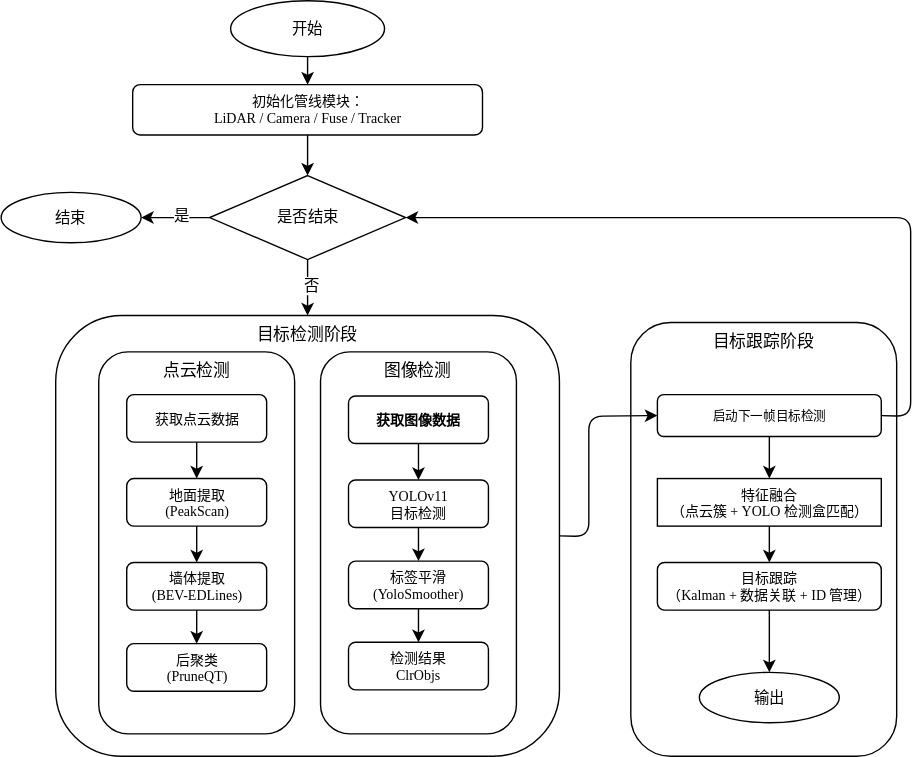
Above: docs/flowcharts/frame.svg in vesita/perple (draw.io), before the change. Source tidied: cells renumbered, new cells last; positions are measured from the earlier drawing's top-left corner, leaving out a move shared by most shapes.
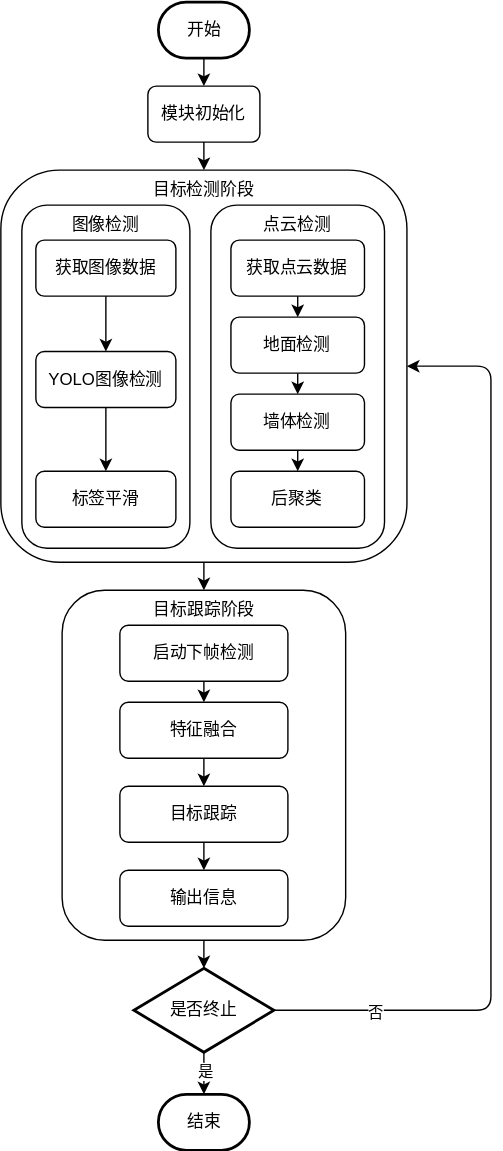
After the change.

Commit message:
docs: 更新流程图 & 汉化脚本标签

Change to the diagram source:
```diff
@@ -2,126 +2,124 @@
   <root>
     <mxCell id="0" />
     <mxCell id="1" parent="0" />
-    <mxCell id="2" value="目标跟踪阶段" style="rounded=1;whiteSpace=wrap;html=1;align=center;verticalAlign=top;labelPosition=center;verticalLabelPosition=middle;" parent="1" vertex="1">
-      <mxGeometry x="450" y="230" width="190" height="310" as="geometry" />
-    </mxCell>
-    <mxCell id="3" style="edgeStyle=none;html=1;exitX=1;exitY=0.5;exitDx=0;exitDy=0;entryX=0;entryY=0.5;entryDx=0;entryDy=0;" parent="1" edge="1" source="4" target="33">
-      <mxGeometry relative="1" as="geometry">
-        <Array as="points">
-          <mxPoint x="420" y="383" />
-          <mxPoint x="420" y="297" />
-        </Array>
-      </mxGeometry>
-    </mxCell>
-    <mxCell id="4" value="目标检测阶段" style="rounded=1;whiteSpace=wrap;html=1;verticalAlign=top;" parent="1" vertex="1">
-      <mxGeometry x="39" y="225" width="360" height="315" as="geometry" />
-    </mxCell>
+    <mxCell id="39" style="edgeStyle=none;html=1;exitX=0.5;exitY=1;exitDx=0;exitDy=0;entryX=0.5;entryY=0;entryDx=0;entryDy=0;exitPerimeter=0;" parent="1" edge="1" source="41" target="5">
+      <mxGeometry relative="1" as="geometry" />
+    </mxCell>
+    <mxCell id="40" style="edgeStyle=none;html=1;exitX=0.5;exitY=1;exitDx=0;exitDy=0;entryX=0.5;entryY=0;entryDx=0;entryDy=0;" parent="1" edge="1" source="5" target="7">
+      <mxGeometry relative="1" as="geometry" />
+    </mxCell>
-    <mxCell id="5" value="图像检测" style="rounded=1;whiteSpace=wrap;html=1;verticalAlign=top;" parent="1" vertex="1">
-      <mxGeometry x="228.2" y="251" width="140" height="273" as="geometry" />
+    <mxCell id="5" value="模块初始化" style="rounded=1;whiteSpace=wrap;html=1;" parent="1" vertex="1">
+      <mxGeometry x="27585" y="34200" width="80" height="40" as="geometry" />
     </mxCell>
-    <mxCell id="6" value="点云检测" style="rounded=1;whiteSpace=wrap;html=1;align=center;horizontal=1;verticalAlign=top;" parent="1" vertex="1">
-      <mxGeometry x="69.8" y="251" width="140" height="273" as="geometry" />
-    </mxCell>
+    <mxCell id="41" value="开始" style="strokeWidth=2;html=1;shape=mxgraph.flowchart.terminator;whiteSpace=wrap;" parent="1" vertex="1">
+      <mxGeometry x="27592.5" y="34140" width="65" height="40" as="geometry" />
+    </mxCell>
+    <mxCell id="42" style="edgeStyle=none;html=1;exitX=0.5;exitY=1;exitDx=0;exitDy=0;" parent="1" edge="1" source="7" target="31">
+      <mxGeometry relative="1" as="geometry" />
+    </mxCell>
+    <mxCell id="43" style="group;" parent="1" vertex="1">
+      <mxGeometry x="27480" y="34260" width="290" height="280" as="geometry" />
+    </mxCell>
-    <mxCell id="7" style="edgeStyle=none;html=1;exitX=0.5;exitY=1;exitDx=0;exitDy=0;entryX=0.5;entryY=0;entryDx=0;entryDy=0;" parent="1" edge="1" source="8" target="10">
-      <mxGeometry relative="1" as="geometry" />
+    <mxCell id="7" value="目标检测阶段" style="rounded=1;whiteSpace=wrap;html=1;verticalAlign=top;" parent="43" vertex="1">
+      <mxGeometry width="290" height="280" as="geometry" />
     </mxCell>
+    <mxCell id="44" style="group;" parent="43" vertex="1">
+      <mxGeometry x="150" y="25" width="124" height="245" as="geometry" />
+    </mxCell>
-    <mxCell id="8" value="开始" style="ellipse;fontFamily=SimHei;fontSize=11;" parent="1" vertex="1">
-      <mxGeometry x="164" width="110" height="40" as="geometry" />
+    <mxCell id="8" value="点云检测" style="rounded=1;whiteSpace=wrap;html=1;verticalAlign=top;" parent="44" vertex="1">
+      <mxGeometry width="124" height="245" as="geometry" />
     </mxCell>
-    <mxCell id="9" style="edgeStyle=none;html=1;exitX=0.5;exitY=1;exitDx=0;exitDy=0;entryX=0.5;entryY=0;entryDx=0;entryDy=0;" parent="1" edge="1" source="10" target="15">
-      <mxGeometry relative="1" as="geometry" />
+    <mxCell id="9" value="获取点云数据" style="rounded=1;whiteSpace=wrap;html=1;" parent="44" vertex="1">
+      <mxGeometry x="14.3" y="25" width="95.4" height="40" as="geometry" />
     </mxCell>
-    <mxCell id="10" value="初始化管线模块：&lt;br&gt;LiDAR / Camera / Fuse / Tracker" style="rounded=1;fontFamily=SimHei;fontSize=10;html=1;" parent="1" vertex="1">
-      <mxGeometry x="94" y="60" width="250" height="36" as="geometry" />
+    <mxCell id="10" value="地面检测" style="rounded=1;whiteSpace=wrap;html=1;" parent="44" vertex="1">
+      <mxGeometry x="14.3" y="80" width="95.4" height="40" as="geometry" />
     </mxCell>
-    <mxCell id="11" style="edgeStyle=none;html=1;exitX=0;exitY=0.5;exitDx=0;exitDy=0;entryX=1;entryY=0.5;entryDx=0;entryDy=0;" parent="1" edge="1" source="15" target="16">
-      <mxGeometry relative="1" as="geometry" />
+    <mxCell id="11" value="墙体检测" style="rounded=1;whiteSpace=wrap;html=1;" parent="44" vertex="1">
+      <mxGeometry x="14.3" y="135" width="95.4" height="40" as="geometry" />
     </mxCell>
-    <mxCell id="12" value="是" style="edgeLabel;html=1;align=center;verticalAlign=middle;points=[];" parent="11" vertex="1">
-      <mxGeometry x="-0.16" y="-2" relative="1" as="geometry" />
+    <mxCell id="12" value="后聚类" style="rounded=1;whiteSpace=wrap;html=1;" parent="44" vertex="1">
+      <mxGeometry x="14.3" y="190" width="95.4" height="40" as="geometry" />
     </mxCell>
-    <mxCell id="13" style="edgeStyle=none;html=1;exitX=0.5;exitY=1;exitDx=0;exitDy=0;entryX=0.5;entryY=0;entryDx=0;entryDy=0;" parent="1" edge="1" source="15" target="4">
-      <mxGeometry relative="1" as="geometry" />
-    </mxCell>
-    <mxCell id="14" value="否" style="edgeLabel;html=1;align=center;verticalAlign=middle;" parent="13" vertex="1">
-      <mxGeometry x="-0.1" y="2" relative="1" as="geometry" />
-    </mxCell>
-    <mxCell id="15" value="是否结束" style="rhombus;fontFamily=SimHei;fontSize=11;html=1;" parent="1" vertex="1">
-      <mxGeometry x="149" y="125" width="140" height="60" as="geometry" />
+    <mxCell id="15" style="edgeStyle=none;html=1;exitX=0.5;exitY=1;exitDx=0;exitDy=0;entryX=0.5;entryY=0;entryDx=0;entryDy=0;" parent="44" edge="1" source="9" target="10">
+      <mxGeometry relative="1" as="geometry" />
     </mxCell>
-    <mxCell id="16" value="结束" style="ellipse;fontFamily=SimHei;fontSize=11;" parent="1" vertex="1">
-      <mxGeometry y="137" width="100" height="36" as="geometry" />
+    <mxCell id="16" style="edgeStyle=none;html=1;exitX=0.5;exitY=1;exitDx=0;exitDy=0;entryX=0.5;entryY=0;entryDx=0;entryDy=0;" parent="44" edge="1" source="10" target="11">
+      <mxGeometry relative="1" as="geometry" />
     </mxCell>
-    <mxCell id="17" style="edgeStyle=none;html=1;exitX=0.5;exitY=1;exitDx=0;exitDy=0;" parent="1" edge="1" source="18" target="20">
+    <mxCell id="17" style="edgeStyle=none;html=1;exitX=0.5;exitY=1;exitDx=0;exitDy=0;entryX=0.5;entryY=0;entryDx=0;entryDy=0;" parent="44" edge="1" source="11" target="12">
       <mxGeometry relative="1" as="geometry" />
     </mxCell>
-    <mxCell id="18" value="&lt;span style=&quot;font-weight: normal;&quot;&gt;获取点云数据&lt;/span&gt;" style="rounded=1;fontFamily=SimHei;fontSize=10;fontStyle=1;html=1;" parent="1" vertex="1">
-      <mxGeometry x="89.8" y="281.5" width="100" height="34" as="geometry" />
-    </mxCell>
+    <mxCell id="45" style="group;" parent="43" vertex="1">
+      <mxGeometry x="15" y="25" width="120" height="245" as="geometry" />
+    </mxCell>
-    <mxCell id="19" style="edgeStyle=none;html=1;exitX=0.5;exitY=1;exitDx=0;exitDy=0;entryX=0.5;entryY=0;entryDx=0;entryDy=0;" parent="1" edge="1" source="20" target="22">
-      <mxGeometry relative="1" as="geometry" />
+    <mxCell id="19" value="图像检测" style="rounded=1;whiteSpace=wrap;html=1;verticalAlign=top;" parent="45" vertex="1">
+      <mxGeometry width="120" height="245" as="geometry" />
     </mxCell>
+    <mxCell id="21" value="获取图像数据" style="rounded=1;whiteSpace=wrap;html=1;" parent="45" vertex="1">
+      <mxGeometry x="10" y="25" width="100" height="40" as="geometry" />
+    </mxCell>
+    <mxCell id="23" value="YOLO图像检测" style="rounded=1;whiteSpace=wrap;html=1;" parent="45" vertex="1">
+      <mxGeometry x="10" y="104.5" width="100" height="40" as="geometry" />
+    </mxCell>
+    <mxCell id="25" value="标签平滑" style="rounded=1;whiteSpace=wrap;html=1;" parent="45" vertex="1">
+      <mxGeometry x="10" y="190" width="100" height="40" as="geometry" />
+    </mxCell>
-    <mxCell id="20" value="地面提取&lt;br&gt;(PeakScan)" style="rounded=1;fontFamily=SimHei;fontSize=10;html=1;" parent="1" vertex="1">
-      <mxGeometry x="89.8" y="341.5" width="100" height="34" as="geometry" />
+    <mxCell id="20" style="edgeStyle=none;html=1;exitX=0.5;exitY=1;exitDx=0;exitDy=0;entryX=0.5;entryY=0;entryDx=0;entryDy=0;" parent="45" edge="1" source="21" target="23">
+      <mxGeometry relative="1" as="geometry" />
     </mxCell>
-    <mxCell id="21" style="edgeStyle=none;html=1;exitX=0.5;exitY=1;exitDx=0;exitDy=0;entryX=0.5;entryY=0;entryDx=0;entryDy=0;" parent="1" edge="1" source="22" target="23">
-      <mxGeometry relative="1" as="geometry" />
-    </mxCell>
-    <mxCell id="22" value="墙体提取&lt;br&gt;(BEV-EDLines)" style="rounded=1;fontFamily=SimHei;fontSize=10;html=1;" parent="1" vertex="1">
-      <mxGeometry x="89.8" y="401.5" width="100" height="34" as="geometry" />
+    <mxCell id="22" style="edgeStyle=none;html=1;exitX=0.5;exitY=1;exitDx=0;exitDy=0;entryX=0.5;entryY=0;entryDx=0;entryDy=0;" parent="45" edge="1" source="23" target="25">
+      <mxGeometry relative="1" as="geometry" />
     </mxCell>
-    <mxCell id="23" value="后聚类&lt;br&gt;(PruneQT)" style="rounded=1;fontFamily=SimHei;fontSize=10;html=1;" parent="1" vertex="1">
-      <mxGeometry x="89.8" y="459.5" width="100" height="34" as="geometry" />
-    </mxCell>
-    <mxCell id="24" style="edgeStyle=none;html=1;exitX=0.5;exitY=1;exitDx=0;exitDy=0;entryX=0.5;entryY=0;entryDx=0;entryDy=0;" parent="1" edge="1" source="25" target="27">
-      <mxGeometry relative="1" as="geometry" />
-    </mxCell>
-    <mxCell id="25" value="获取图像数据" style="rounded=1;fontFamily=SimHei;fontSize=10;fontStyle=1;html=1;" parent="1" vertex="1">
-      <mxGeometry x="248.2" y="282.5" width="100" height="34" as="geometry" />
-    </mxCell>
-    <mxCell id="26" style="edgeStyle=none;html=1;exitX=0.5;exitY=1;exitDx=0;exitDy=0;" parent="1" edge="1" source="27" target="29">
-      <mxGeometry relative="1" as="geometry" />
-    </mxCell>
-    <mxCell id="27" value="YOLOv11&lt;br&gt;目标检测" style="rounded=1;fontFamily=SimHei;fontSize=10;html=1;" parent="1" vertex="1">
-      <mxGeometry x="248.2" y="342.5" width="100" height="34" as="geometry" />
-    </mxCell>
-    <mxCell id="28" style="edgeStyle=none;html=1;exitX=0.5;exitY=1;exitDx=0;exitDy=0;entryX=0.5;entryY=0;entryDx=0;entryDy=0;" parent="1" edge="1" source="29" target="30">
-      <mxGeometry relative="1" as="geometry" />
-    </mxCell>
-    <mxCell id="29" value="标签平滑&lt;br&gt;(YoloSmoother)" style="rounded=1;fontFamily=SimHei;fontSize=10;html=1;" parent="1" vertex="1">
-      <mxGeometry x="248.2" y="400.5" width="100" height="34" as="geometry" />
-    </mxCell>
-    <mxCell id="30" value="检测结果&lt;br&gt;ClrObjs" style="rounded=1;fontFamily=SimHei;fontSize=10;html=1;" parent="1" vertex="1">
-      <mxGeometry x="248.2" y="458.5" width="100" height="34" as="geometry" />
-    </mxCell>
+    <mxCell id="46" style="edgeStyle=none;html=1;exitX=1;exitY=0.5;exitDx=0;exitDy=0;exitPerimeter=0;entryX=1;entryY=0.5;entryDx=0;entryDy=0;" parent="1" edge="1" source="49" target="7">
+      <mxGeometry relative="1" as="geometry">
+        <Array as="points">
+          <mxPoint x="27830" y="34860" />
+          <mxPoint x="27830" y="34400" />
+        </Array>
+      </mxGeometry>
+    </mxCell>
+    <mxCell id="14" value="否" style="edgeLabel;html=1;align=center;verticalAlign=middle;" parent="46" vertex="1">
+      <mxGeometry x="-0.79" y="-1" relative="1" as="geometry" />
+    </mxCell>
+    <mxCell id="47" style="edgeStyle=none;html=1;exitX=0.5;exitY=1;exitDx=0;exitDy=0;exitPerimeter=0;entryX=0.5;entryY=0;entryDx=0;entryDy=0;entryPerimeter=0;" parent="1" edge="1" source="49" target="55">
+      <mxGeometry relative="1" as="geometry" />
+    </mxCell>
+    <mxCell id="48" value="是" style="edgeLabel;html=1;align=center;verticalAlign=middle;" parent="47" vertex="1">
+      <mxGeometry x="-0.15" relative="1" as="geometry" />
+    </mxCell>
+    <mxCell id="49" value="是否终止" style="strokeWidth=2;html=1;shape=mxgraph.flowchart.decision;whiteSpace=wrap;" parent="1" vertex="1">
+      <mxGeometry x="27575" y="34830" width="100" height="60" as="geometry" />
+    </mxCell>
-    <mxCell id="31" style="edgeStyle=none;html=1;exitX=0.5;exitY=1;exitDx=0;exitDy=0;entryX=0.5;entryY=0;entryDx=0;entryDy=0;" parent="1" edge="1" source="33" target="35">
-      <mxGeometry relative="1" as="geometry" />
+    <mxCell id="31" value="目标跟踪阶段" style="rounded=1;whiteSpace=wrap;html=1;verticalAlign=top;align=center;textDirection=ltr;" parent="1" vertex="1">
+      <mxGeometry x="27523.8" y="34560" width="202.5" height="250" as="geometry" />
     </mxCell>
-    <mxCell id="32" style="edgeStyle=none;html=1;exitX=1;exitY=0.5;exitDx=0;exitDy=0;entryX=1;entryY=0.5;entryDx=0;entryDy=0;" parent="1" edge="1" source="33" target="15">
-      <mxGeometry relative="1" as="geometry">
-        <Array as="points">
-          <mxPoint x="650" y="297" />
-          <mxPoint x="650" y="155" />
-        </Array>
-      </mxGeometry>
+    <mxCell id="32" value="启动下帧检测" style="rounded=1;whiteSpace=wrap;html=1;textDirection=ltr;align=center;" parent="1" vertex="1">
+      <mxGeometry x="27565" y="34585" width="120" height="40" as="geometry" />
     </mxCell>
-    <mxCell id="33" value="启动下一帧目标检测" style="rounded=1;fontFamily=SimHei;fontSize=9;html=1;" parent="1" vertex="1">
-      <mxGeometry x="469" y="281.5" width="160" height="30" as="geometry" />
+    <mxCell id="33" value="特征融合" style="rounded=1;whiteSpace=wrap;html=1;textDirection=ltr;" parent="1" vertex="1">
+      <mxGeometry x="27565" y="34640" width="120" height="40" as="geometry" />
     </mxCell>
+    <mxCell id="50" style="edgeStyle=none;html=1;exitX=0.5;exitY=1;exitDx=0;exitDy=0;entryX=0.5;entryY=0;entryDx=0;entryDy=0;" parent="1" edge="1" source="34" target="53">
+      <mxGeometry relative="1" as="geometry" />
+    </mxCell>
-    <mxCell id="34" style="edgeStyle=none;html=1;exitX=0.5;exitY=1;exitDx=0;exitDy=0;entryX=0.5;entryY=0;entryDx=0;entryDy=0;" parent="1" edge="1" source="35" target="37">
-      <mxGeometry relative="1" as="geometry" />
+    <mxCell id="34" value="目标跟踪" style="rounded=1;whiteSpace=wrap;html=1;textDirection=ltr;" parent="1" vertex="1">
+      <mxGeometry x="27565" y="34700" width="120" height="40" as="geometry" />
     </mxCell>
-    <mxCell id="35" value="特征融合&lt;br&gt;（点云簇 + YOLO 检测盒匹配）" style="rounded=0;fontFamily=SimHei;fontSize=10;html=1;" parent="1" vertex="1">
-      <mxGeometry x="469" y="341.5" width="160" height="34" as="geometry" />
-    </mxCell>
-    <mxCell id="36" style="edgeStyle=none;html=1;exitX=0.5;exitY=1;exitDx=0;exitDy=0;entryX=0.5;entryY=0;entryDx=0;entryDy=0;" parent="1" edge="1" source="37" target="38">
-      <mxGeometry relative="1" as="geometry" />
-    </mxCell>
-    <mxCell id="37" value="目标跟踪&lt;br&gt;（Kalman + 数据关联 + ID 管理）" style="rounded=1;fontFamily=SimHei;fontSize=10;html=1;" parent="1" vertex="1">
-      <mxGeometry x="469" y="401.5" width="160" height="34" as="geometry" />
-    </mxCell>
-    <mxCell id="38" value="输出" style="ellipse;fontFamily=SimHei;fontSize=11;" parent="1" vertex="1">
-      <mxGeometry x="499" y="480" width="100" height="36" as="geometry" />
-    </mxCell>
+    <mxCell id="51" style="edgeStyle=none;html=1;exitX=0.5;exitY=1;exitDx=0;exitDy=0;entryX=0.5;entryY=0;entryDx=0;entryDy=0;" parent="1" edge="1" source="32" target="33">
+      <mxGeometry relative="1" as="geometry" />
+    </mxCell>
+    <mxCell id="52" style="edgeStyle=none;html=1;exitX=0.5;exitY=1;exitDx=0;exitDy=0;" parent="1" edge="1" source="33" target="34">
+      <mxGeometry relative="1" as="geometry" />
+    </mxCell>
+    <mxCell id="53" value="输出信息" style="rounded=1;whiteSpace=wrap;html=1;textDirection=ltr;" parent="1" vertex="1">
+      <mxGeometry x="27565" y="34760" width="120" height="40" as="geometry" />
+    </mxCell>
+    <mxCell id="54" style="edgeStyle=none;html=1;exitX=0.5;exitY=1;exitDx=0;exitDy=0;entryX=0.5;entryY=0;entryDx=0;entryDy=0;entryPerimeter=0;" parent="1" edge="1" source="31" target="49">
+      <mxGeometry relative="1" as="geometry" />
+    </mxCell>
+    <mxCell id="55" value="结束" style="strokeWidth=2;html=1;shape=mxgraph.flowchart.terminator;whiteSpace=wrap;" parent="1" vertex="1">
+      <mxGeometry x="27592.5" y="34920" width="65" height="40" as="geometry" />
+    </mxCell>
   </root>
 </mxGraphModel>
```
